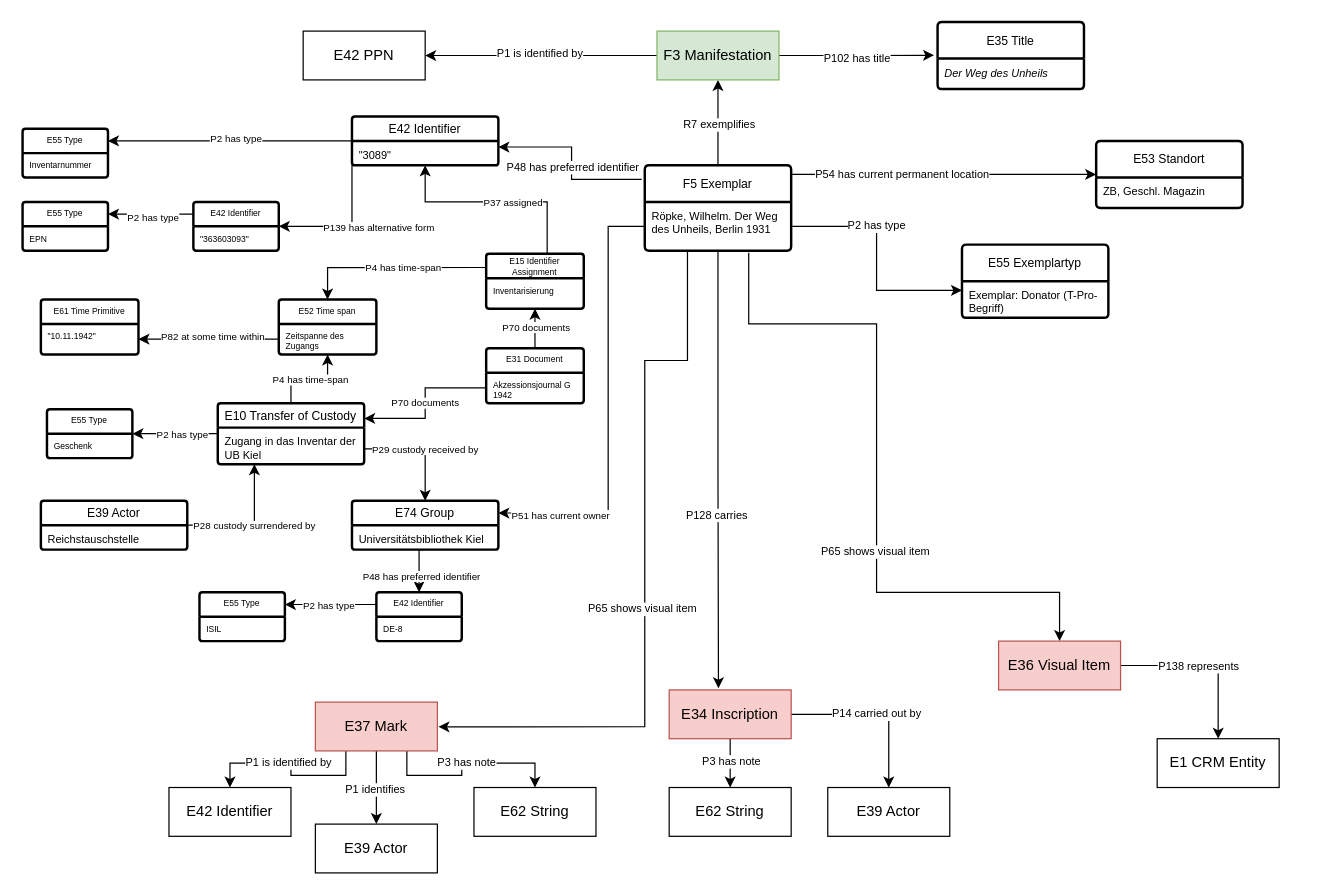
The draw.io diagram praxis bsp domain ontology library provenance.drawio in flxfschr/library-provenance-research, before the edit. Source tidied: cells renumbered, new cells numbered last; positions are measured from the earlier drawing's top-left corner, leaving out a move shared by most shapes. Both pictures are drawn from the tidied source at 122%, with x=0, y=0 at pixel (22, 21).
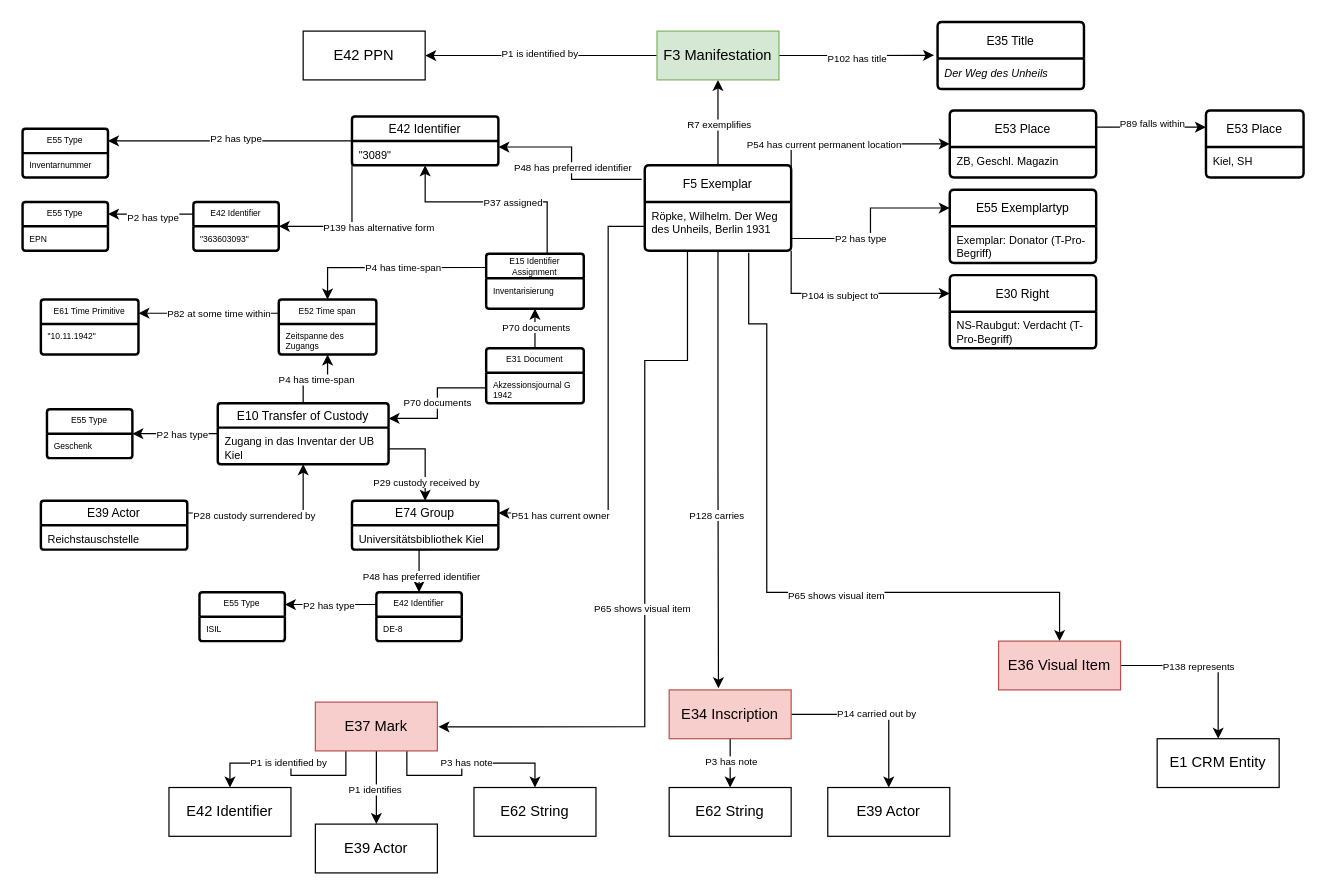
The same diagram, later.

The change refers to these unchanged cells:
```xml
<mxCell id="2" style="edgeStyle=orthogonalEdgeStyle;rounded=0;jettySize=auto;html=1;fontSize=12;arcSize=12;exitX=0.5;exitY=0;exitDx=0;exitDy=0;" parent="1" edge="1" source="43" target="18">
  <mxGeometry relative="1" as="geometry" />
</mxCell>
<mxCell id="4" style="edgeStyle=orthogonalEdgeStyle;rounded=0;jettySize=auto;html=1;entryX=0;entryY=0.5;entryDx=0;entryDy=0;fontSize=12;arcSize=12;exitX=1;exitY=0;exitDx=0;exitDy=0;entryPerimeter=0;" parent="1" edge="1" source="44" target="47">
  <mxGeometry relative="1" as="geometry" />
</mxCell>
<mxCell id="8" style="edgeStyle=orthogonalEdgeStyle;rounded=0;jettySize=auto;html=1;exitX=0.25;exitY=1;exitDx=0;exitDy=0;entryX=1.009;entryY=0.506;entryDx=0;entryDy=0;entryPerimeter=0;" parent="1" edge="1" source="44" target="37">
  <mxGeometry relative="1" as="geometry">
    <Array as="points">
      <mxPoint x="545" y="188" />
      <mxPoint x="545" y="278" />
      <mxPoint x="510" y="278" />
      <mxPoint x="510" y="578" />
    </Array>
  </mxGeometry>
</mxCell>
<mxCell id="12" style="edgeStyle=orthogonalEdgeStyle;rounded=0;jettySize=auto;html=1;exitX=-0.021;exitY=0.165;exitDx=0;exitDy=0;entryX=1;entryY=0.25;entryDx=0;entryDy=0;exitPerimeter=0;" parent="1" edge="1" source="43" target="54">
  <mxGeometry relative="1" as="geometry" />
</mxCell>
<mxCell id="14" style="edgeStyle=orthogonalEdgeStyle;rounded=0;jettySize=auto;html=1;exitX=1;exitY=0.5;exitDx=0;exitDy=0;entryX=-0.024;entryY=0.497;entryDx=0;entryDy=0;fontSize=12;arcSize=12;entryPerimeter=0;" parent="1" edge="1" source="18" target="45">
  <mxGeometry relative="1" as="geometry" />
</mxCell>
<mxCell id="16" style="edgeStyle=orthogonalEdgeStyle;rounded=0;jettySize=auto;html=1;exitX=0;exitY=0.5;exitDx=0;exitDy=0;entryX=1;entryY=0.5;entryDx=0;entryDy=0;" parent="1" edge="1" source="18" target="30">
  <mxGeometry relative="1" as="geometry" />
</mxCell>
<mxCell id="19" style="edgeStyle=orthogonalEdgeStyle;rounded=0;jettySize=auto;html=1;fontColor=#000000;fontSize=12;arcSize=12;" parent="1" edge="1" source="23" target="25">
  <mxGeometry relative="1" as="geometry" />
</mxCell>
<mxCell id="21" style="edgeStyle=orthogonalEdgeStyle;rounded=0;jettySize=auto;html=1;fontColor=#000000;" parent="1" edge="1" source="23" target="24">
  <mxGeometry relative="1" as="geometry" />
</mxCell>
<mxCell id="26" style="edgeStyle=orthogonalEdgeStyle;rounded=0;jettySize=auto;html=1;fontSize=12;arcSize=12;" parent="1" edge="1" source="28" target="29">
  <mxGeometry relative="1" as="geometry" />
</mxCell>
<mxCell id="28" value="E36 Visual Item" style="whiteSpace=wrap;html=1;align=center;fontSize=12;arcSize=12;fillColor=#f8cecc;strokeColor=#b85450;" parent="1" vertex="1">
  <mxGeometry x="800" y="508" width="100" height="40" as="geometry" />
</mxCell>
<mxCell id="31" style="edgeStyle=orthogonalEdgeStyle;rounded=0;jettySize=auto;html=1;exitX=0.25;exitY=1;exitDx=0;exitDy=0;entryX=0.5;entryY=0;entryDx=0;entryDy=0;" parent="1" edge="1" source="37" target="38">
  <mxGeometry relative="1" as="geometry" />
</mxCell>
<mxCell id="33" style="edgeStyle=orthogonalEdgeStyle;rounded=0;jettySize=auto;html=1;exitX=0.75;exitY=1;exitDx=0;exitDy=0;entryX=0.5;entryY=0;entryDx=0;entryDy=0;" parent="1" edge="1" source="37" target="39">
  <mxGeometry relative="1" as="geometry" />
</mxCell>
<mxCell id="35" style="edgeStyle=orthogonalEdgeStyle;rounded=0;jettySize=auto;html=1;exitX=0.5;exitY=1;exitDx=0;exitDy=0;entryX=0.5;entryY=0;entryDx=0;entryDy=0;" parent="1" edge="1" source="37" target="40">
  <mxGeometry relative="1" as="geometry" />
</mxCell>
<mxCell id="41" style="edgeStyle=orthogonalEdgeStyle;rounded=0;jettySize=auto;html=1;exitX=0.5;exitY=1;exitDx=0;exitDy=0;entryX=0.404;entryY=-0.032;entryDx=0;entryDy=0;entryPerimeter=0;" parent="1" edge="1" source="44" target="23">
  <mxGeometry relative="1" as="geometry" />
</mxCell>
<mxCell id="44" value="Röpke, Wilhelm. Der Weg des Unheils, Berlin 1931" style="align=left;strokeColor=none;fillColor=none;spacingLeft=4;spacingRight=4;fontSize=9;verticalAlign=top;html=1;whiteSpace=wrap;" parent="43" vertex="1">
  <mxGeometry y="30" width="120" height="40" as="geometry" />
</mxCell>
<mxCell id="50" value="Exemplar: Donator (T-Pro-Begriff)" style="align=left;strokeColor=none;fillColor=none;spacingLeft=4;spacingRight=4;fontSize=9;verticalAlign=top;html=1;whiteSpace=wrap;" parent="49" vertex="1">
  <mxGeometry y="30" width="120" height="30" as="geometry" />
</mxCell>
<mxCell id="69" value="E74 Group" style="swimlane;horizontal=1;startSize=20;rounded=1;fontSize=10;fontStyle=0;strokeWidth=2;shadow=0;dashed=0;align=center;arcSize=4;whiteSpace=wrap;html=1;" parent="1" vertex="1">
  <mxGeometry x="270" y="393" width="120" height="40" as="geometry" />
</mxCell>
<mxCell id="81" value="E52 Time span" style="swimlane;horizontal=1;startSize=20;rounded=1;fontSize=7;fontStyle=0;strokeWidth=2;shadow=0;dashed=0;align=center;arcSize=4;whiteSpace=wrap;html=1;" parent="1" vertex="1">
  <mxGeometry x="210" y="228" width="80" height="45" as="geometry" />
</mxCell>
<mxCell id="82" value="Zeitspanne des&amp;nbsp; Zugangs" style="align=left;strokeColor=none;fillColor=none;spacingLeft=4;spacingRight=4;fontSize=7;verticalAlign=top;html=1;whiteSpace=wrap;" parent="81" vertex="1">
  <mxGeometry y="20" width="80" height="25" as="geometry" />
</mxCell>
<mxCell id="83" value="E61 Time Primitive" style="swimlane;horizontal=1;startSize=20;rounded=1;fontSize=7;fontStyle=0;strokeWidth=2;shadow=0;dashed=0;align=center;arcSize=4;whiteSpace=wrap;html=1;" parent="1" vertex="1">
  <mxGeometry x="15" y="228" width="80" height="45" as="geometry" />
</mxCell>
<mxCell id="84" value="&quot;10.11.1942&quot;" style="align=left;strokeColor=none;fillColor=none;spacingLeft=4;spacingRight=4;fontSize=7;verticalAlign=top;html=1;whiteSpace=wrap;" parent="83" vertex="1">
  <mxGeometry y="20" width="80" height="25" as="geometry" />
</mxCell>
<mxCell id="95" value="E39 Actor" style="swimlane;horizontal=1;startSize=20;rounded=1;fontSize=10;fontStyle=0;strokeWidth=2;shadow=0;dashed=0;align=center;arcSize=4;whiteSpace=wrap;html=1;" parent="1" vertex="1">
  <mxGeometry x="15" y="393" width="120" height="40" as="geometry" />
</mxCell>
<mxCell id="96" value="Reichstauschstelle" style="align=left;strokeColor=none;fillColor=none;spacingLeft=4;spacingRight=4;fontSize=9;verticalAlign=top;html=1;whiteSpace=wrap;" parent="95" vertex="1">
  <mxGeometry y="20" width="120" height="20" as="geometry" />
</mxCell>
```

Diff of the diagram source:
```diff
@@
-    <mxCell id="3" value="R7 exemplifies" style="edgeLabel;html=1;align=center;verticalAlign=middle;fontSize=9;arcSize=12;" parent="2" vertex="1">
+    <mxCell id="3" value="R7 exemplifies" style="edgeLabel;html=1;align=center;verticalAlign=middle;fontSize=8;arcSize=12;" parent="2" vertex="1">
       <mxGeometry x="-0.02" relative="1" as="geometry" />
     </mxCell>
@@
-    <mxCell id="5" value="P54 has current permanent location" style="edgeLabel;html=1;align=center;verticalAlign=middle;fontSize=9;arcSize=12;" parent="4" vertex="1">
+    <mxCell id="5" value="P54 has current permanent location" style="edgeLabel;html=1;align=center;verticalAlign=middle;fontSize=8;arcSize=12;" parent="4" vertex="1">
       <mxGeometry x="-0.17" relative="1" as="geometry" />
     </mxCell>
-    <mxCell id="6" style="edgeStyle=orthogonalEdgeStyle;rounded=0;jettySize=auto;html=1;exitX=1;exitY=0.5;exitDx=0;exitDy=0;entryX=0;entryY=0.25;entryDx=0;entryDy=0;fontSize=12;arcSize=12;" parent="1" edge="1" source="44" target="50">
+    <mxCell id="6" style="edgeStyle=orthogonalEdgeStyle;rounded=0;jettySize=auto;html=1;exitX=1;exitY=0.75;exitDx=0;exitDy=0;entryX=0;entryY=0.25;entryDx=0;entryDy=0;fontSize=12;arcSize=12;" parent="1" edge="1" source="44" target="49">
       <mxGeometry relative="1" as="geometry" />
     </mxCell>
-    <mxCell id="7" value="P2 has type" style="edgeLabel;html=1;align=center;verticalAlign=middle;fontSize=9;arcSize=12;" parent="6" vertex="1">
+    <mxCell id="7" value="P2 has type" style="edgeLabel;html=1;align=center;verticalAlign=middle;fontSize=8;arcSize=12;" parent="6" vertex="1">
       <mxGeometry x="-0.28" y="1" relative="1" as="geometry" />
     </mxCell>
@@
-    <mxCell id="9" value="P65 shows visual item" style="edgeLabel;html=1;align=center;verticalAlign=middle;fontSize=9;" parent="8" vertex="1">
+    <mxCell id="9" value="P65 shows visual item" style="edgeLabel;html=1;align=center;verticalAlign=middle;fontSize=8;" parent="8" vertex="1">
       <mxGeometry x="0.11" y="-3" relative="1" as="geometry" />
     </mxCell>
     <mxCell id="10" style="edgeStyle=orthogonalEdgeStyle;rounded=0;jettySize=auto;html=1;exitX=0.71;exitY=1.044;exitDx=0;exitDy=0;entryX=0.5;entryY=0;entryDx=0;entryDy=0;exitPerimeter=0;" parent="1" edge="1" source="44" target="28">
       <mxGeometry relative="1" as="geometry">
         <Array as="points">
           <mxPoint x="595" y="248" />
-          <mxPoint x="700" y="248" />
-          <mxPoint x="700" y="468" />
+          <mxPoint x="610" y="248" />
+          <mxPoint x="610" y="468" />
           <mxPoint x="850" y="468" />
         </Array>
       </mxGeometry>
     </mxCell>
-    <mxCell id="11" value="P65 shows visual item" style="edgeLabel;html=1;align=center;verticalAlign=middle;fontSize=9;" parent="10" vertex="1">
+    <mxCell id="11" value="P65 shows visual item" style="edgeLabel;html=1;align=center;verticalAlign=middle;fontSize=8;" parent="10" vertex="1">
       <mxGeometry x="0.22" y="-2" relative="1" as="geometry" />
     </mxCell>
@@
-    <mxCell id="13" value="P48 has preferred identifier" style="edgeLabel;html=1;align=center;verticalAlign=middle;fontSize=9;" parent="12" vertex="1">
+    <mxCell id="13" value="P48 has preferred identifier" style="edgeLabel;html=1;align=center;verticalAlign=middle;fontSize=8;" parent="12" vertex="1">
       <mxGeometry x="-0.06" relative="1" as="geometry" />
     </mxCell>
@@
-    <mxCell id="15" value="P102 has title" style="edgeLabel;html=1;align=center;verticalAlign=middle;fontSize=9;arcSize=12;" parent="14" vertex="1">
+    <mxCell id="15" value="P102 has title" style="edgeLabel;html=1;align=center;verticalAlign=middle;fontSize=8;arcSize=12;" parent="14" vertex="1">
       <mxGeometry x="-0.01" y="-2" relative="1" as="geometry" />
     </mxCell>
@@
-    <mxCell id="17" value="P1 is identified by" style="edgeLabel;html=1;align=center;verticalAlign=middle;fontSize=9;" parent="16" vertex="1">
+    <mxCell id="17" value="P1 is identified by" style="edgeLabel;html=1;align=center;verticalAlign=middle;fontSize=8;" parent="16" vertex="1">
       <mxGeometry x="0.02" y="-2" relative="1" as="geometry" />
     </mxCell>
@@
-    <mxCell id="20" value="P3 has note" style="edgeLabel;html=1;align=center;verticalAlign=middle;fontColor=#000000;fontSize=9;arcSize=12;" parent="19" vertex="1">
+    <mxCell id="20" value="P3 has note" style="edgeLabel;html=1;align=center;verticalAlign=middle;fontColor=#000000;fontSize=8;arcSize=12;" parent="19" vertex="1">
       <mxGeometry x="-0.1" relative="1" as="geometry" />
     </mxCell>
@@
-    <mxCell id="22" value="&lt;span&gt;P14 carried out by&lt;/span&gt;" style="edgeLabel;html=1;align=center;verticalAlign=middle;fontColor=#000000;fontSize=9;" parent="21" vertex="1">
+    <mxCell id="22" value="&lt;span&gt;P14 carried out by&lt;/span&gt;" style="edgeLabel;html=1;align=center;verticalAlign=middle;fontColor=#000000;fontSize=8;" parent="21" vertex="1">
       <mxGeometry x="-0.01" y="1" relative="1" as="geometry" />
     </mxCell>
@@
-    <mxCell id="27" value="P138 represents" style="edgeLabel;html=1;align=center;verticalAlign=middle;fontSize=9;arcSize=12;" parent="26" vertex="1">
+    <mxCell id="27" value="P138 represents" style="edgeLabel;html=1;align=center;verticalAlign=middle;fontSize=8;arcSize=12;" parent="26" vertex="1">
       <mxGeometry x="-0.1" relative="1" as="geometry" />
     </mxCell>
@@
-    <mxCell id="32" value="P1 is identified by" style="edgeLabel;html=1;align=center;verticalAlign=middle;fontSize=9;" parent="31" vertex="1">
+    <mxCell id="32" value="P1 is identified by" style="edgeLabel;html=1;align=center;verticalAlign=middle;fontSize=8;" parent="31" vertex="1">
       <mxGeometry x="0.07" y="-1" relative="1" as="geometry" />
     </mxCell>
@@
-    <mxCell id="34" value="P3 has note" style="edgeLabel;html=1;align=center;verticalAlign=middle;fontSize=9;" parent="33" vertex="1">
+    <mxCell id="34" value="P3 has note" style="edgeLabel;html=1;align=center;verticalAlign=middle;fontSize=8;" parent="33" vertex="1">
       <mxGeometry y="1" relative="1" as="geometry" />
     </mxCell>
@@
-    <mxCell id="36" value="P1 identifies" style="edgeLabel;html=1;align=center;verticalAlign=middle;fontSize=9;" parent="35" vertex="1">
+    <mxCell id="36" value="P1 identifies" style="edgeLabel;html=1;align=center;verticalAlign=middle;fontSize=8;" parent="35" vertex="1">
       <mxGeometry x="0.02" y="-2" relative="1" as="geometry" />
     </mxCell>
@@
-    <mxCell id="42" value="P128 carries" style="edgeLabel;html=1;align=center;verticalAlign=middle;fontSize=9;" parent="41" vertex="1">
+    <mxCell id="42" value="P128 carries" style="edgeLabel;html=1;align=center;verticalAlign=middle;fontSize=8;" parent="41" vertex="1">
       <mxGeometry x="0.21" y="-2" relative="1" as="geometry" />
     </mxCell>
@@
+    <mxCell id="109" style="edgeStyle=orthogonalEdgeStyle;rounded=0;jettySize=auto;html=1;exitX=1;exitY=0.25;exitDx=0;exitDy=0;entryX=0;entryY=0.25;entryDx=0;entryDy=0;" parent="1" edge="1" source="47" target="117">
+      <mxGeometry relative="1" as="geometry" />
+    </mxCell>
+    <mxCell id="110" value="P89 falls within" style="edgeLabel;html=1;align=center;verticalAlign=middle;fontSize=8;" parent="109" vertex="1">
+      <mxGeometry x="0.01" y="3" relative="1" as="geometry" />
+    </mxCell>
-    <mxCell id="47" value="E53 Standort" style="swimlane;horizontal=1;startSize=30;rounded=1;fontSize=10;fontStyle=0;strokeWidth=2;shadow=0;dashed=0;align=center;arcSize=4;whiteSpace=wrap;html=1;" parent="1" vertex="1">
-      <mxGeometry x="880" y="98" width="120" height="55" as="geometry" />
+    <mxCell id="47" value="E53 Place" style="swimlane;horizontal=1;startSize=30;rounded=1;fontSize=10;fontStyle=0;strokeWidth=2;shadow=0;dashed=0;align=center;arcSize=4;whiteSpace=wrap;html=1;" parent="1" vertex="1">
+      <mxGeometry x="760" y="73" width="120" height="55" as="geometry" />
     </mxCell>
@@
     <mxCell id="49" value="E55 Exemplartyp" style="swimlane;horizontal=1;startSize=30;rounded=1;fontSize=10;fontStyle=0;strokeWidth=2;shadow=0;dashed=0;align=center;arcSize=4;whiteSpace=wrap;html=1;" parent="1" vertex="1">
-      <mxGeometry x="770" y="183" width="120" height="60" as="geometry" />
+      <mxGeometry x="760" y="138" width="120" height="60" as="geometry" />
     </mxCell>
@@
     <mxCell id="77" style="edgeStyle=orthogonalEdgeStyle;rounded=0;jettySize=auto;html=1;exitX=1;exitY=0.75;exitDx=0;exitDy=0;entryX=0.5;entryY=0;entryDx=0;entryDy=0;" parent="1" edge="1" source="79" target="69">
-      <mxGeometry relative="1" as="geometry" />
+      <mxGeometry relative="1" as="geometry">
+        <Array as="points">
+          <mxPoint x="330" y="351" />
+        </Array>
+      </mxGeometry>
     </mxCell>
     <mxCell id="78" value="P29 custody received by" style="edgeLabel;html=1;align=center;verticalAlign=middle;fontSize=8;" parent="77" vertex="1">
-      <mxGeometry x="0.05" relative="1" as="geometry" />
+      <mxGeometry x="0.05" relative="1" as="geometry">
+        <mxPoint y="19" as="offset" />
+      </mxGeometry>
     </mxCell>
     <mxCell id="79" value="E10 Transfer of Custody" style="swimlane;horizontal=1;startSize=20;rounded=1;fontSize=10;fontStyle=0;strokeWidth=2;shadow=0;dashed=0;align=center;arcSize=4;whiteSpace=wrap;html=1;" parent="1" vertex="1">
-      <mxGeometry x="160" y="313" width="120" height="50" as="geometry" />
+      <mxGeometry x="160" y="313" width="140" height="50" as="geometry" />
     </mxCell>
     <mxCell id="80" value="Zugang in das Inventar der UB Kiel" style="align=left;strokeColor=none;fillColor=none;spacingLeft=4;spacingRight=4;fontSize=9;verticalAlign=top;html=1;whiteSpace=wrap;" parent="79" vertex="1">
-      <mxGeometry y="20" width="120" height="30" as="geometry" />
+      <mxGeometry y="20" width="140" height="30" as="geometry" />
     </mxCell>
+    <mxCell id="111" style="edgeStyle=orthogonalEdgeStyle;rounded=0;jettySize=auto;html=1;exitX=0;exitY=0.25;exitDx=0;exitDy=0;entryX=1;entryY=0.25;entryDx=0;entryDy=0;" parent="1" edge="1" source="81" target="83">
+      <mxGeometry relative="1" as="geometry" />
+    </mxCell>
+    <mxCell id="86" value="P82 at some time within" style="edgeLabel;html=1;align=center;verticalAlign=middle;fontSize=8;" parent="111" vertex="1">
+      <mxGeometry x="0.23" relative="1" as="geometry">
+        <mxPoint x="21" as="offset" />
+      </mxGeometry>
+    </mxCell>
@@
-    <mxCell id="85" style="edgeStyle=orthogonalEdgeStyle;rounded=0;jettySize=auto;html=1;entryX=1;entryY=0.5;entryDx=0;entryDy=0;exitX=0;exitY=0.5;exitDx=0;exitDy=0;" parent="1" edge="1" source="82" target="84">
-      <mxGeometry relative="1" as="geometry" />
-    </mxCell>
-    <mxCell id="86" value="P82 at some time within" style="edgeLabel;html=1;align=center;verticalAlign=middle;fontSize=8;" parent="85" vertex="1">
-      <mxGeometry x="-0.18" relative="1" as="geometry">
-        <mxPoint x="-8" y="-2" as="offset" />
-      </mxGeometry>
-    </mxCell>
@@
+    <mxCell id="112" style="edgeStyle=orthogonalEdgeStyle;rounded=0;jettySize=auto;html=1;exitX=1;exitY=0.25;exitDx=0;exitDy=0;entryX=0.5;entryY=1;entryDx=0;entryDy=0;" parent="1" edge="1" source="95" target="80">
+      <mxGeometry relative="1" as="geometry" />
+    </mxCell>
+    <mxCell id="98" value="P28 custody surrendered by" style="edgeLabel;html=1;align=center;verticalAlign=middle;fontSize=8;" parent="112" vertex="1">
+      <mxGeometry x="-0.2" y="-1" relative="1" as="geometry" />
+    </mxCell>
@@
-    <mxCell id="97" style="edgeStyle=orthogonalEdgeStyle;rounded=0;jettySize=auto;html=1;exitX=1;exitY=0;exitDx=0;exitDy=0;entryX=0.25;entryY=1;entryDx=0;entryDy=0;" parent="1" edge="1" source="96" target="80">
-      <mxGeometry relative="1" as="geometry">
-        <Array as="points">
-          <mxPoint x="190" y="413" />
-        </Array>
-      </mxGeometry>
-    </mxCell>
-    <mxCell id="98" value="P28 custody surrendered by" style="edgeLabel;html=1;align=center;verticalAlign=middle;fontSize=8;" parent="97" vertex="1">
-      <mxGeometry x="0.02" relative="1" as="geometry" />
-    </mxCell>
@@
+    <mxCell id="113" style="edgeStyle=orthogonalEdgeStyle;rounded=0;jettySize=auto;html=1;exitX=1;exitY=1;exitDx=0;exitDy=0;entryX=0;entryY=0.25;entryDx=0;entryDy=0;" parent="1" edge="1" source="44" target="115">
+      <mxGeometry relative="1" as="geometry" />
+    </mxCell>
+    <mxCell id="114" value="P104 is subject to" style="edgeLabel;html=1;align=center;verticalAlign=middle;fontSize=8;" parent="113" vertex="1">
+      <mxGeometry x="-0.1" y="-1" relative="1" as="geometry" />
+    </mxCell>
+    <mxCell id="115" value="E30 Right" style="swimlane;horizontal=1;startSize=30;rounded=1;fontSize=10;fontStyle=0;strokeWidth=2;shadow=0;dashed=0;align=center;arcSize=4;whiteSpace=wrap;html=1;" parent="1" vertex="1">
+      <mxGeometry x="760" y="208" width="120" height="60" as="geometry" />
+    </mxCell>
+    <mxCell id="116" value="NS-Raubgut: Verdacht (T-Pro-Begriff)" style="align=left;strokeColor=none;fillColor=none;spacingLeft=4;spacingRight=4;fontSize=9;verticalAlign=top;html=1;whiteSpace=wrap;" parent="115" vertex="1">
+      <mxGeometry y="30" width="120" height="30" as="geometry" />
+    </mxCell>
+    <mxCell id="117" value="E53 Place" style="swimlane;horizontal=1;startSize=30;rounded=1;fontSize=10;fontStyle=0;strokeWidth=2;shadow=0;dashed=0;align=center;arcSize=4;whiteSpace=wrap;html=1;" parent="1" vertex="1">
+      <mxGeometry x="970" y="73" width="80" height="55" as="geometry" />
+    </mxCell>
+    <mxCell id="118" value="Kiel, SH" style="align=left;strokeColor=none;fillColor=none;spacingLeft=4;spacingRight=4;fontSize=9;verticalAlign=top;html=1;whiteSpace=wrap;" parent="117" vertex="1">
+      <mxGeometry y="30" width="80" height="25" as="geometry" />
+    </mxCell>
```
